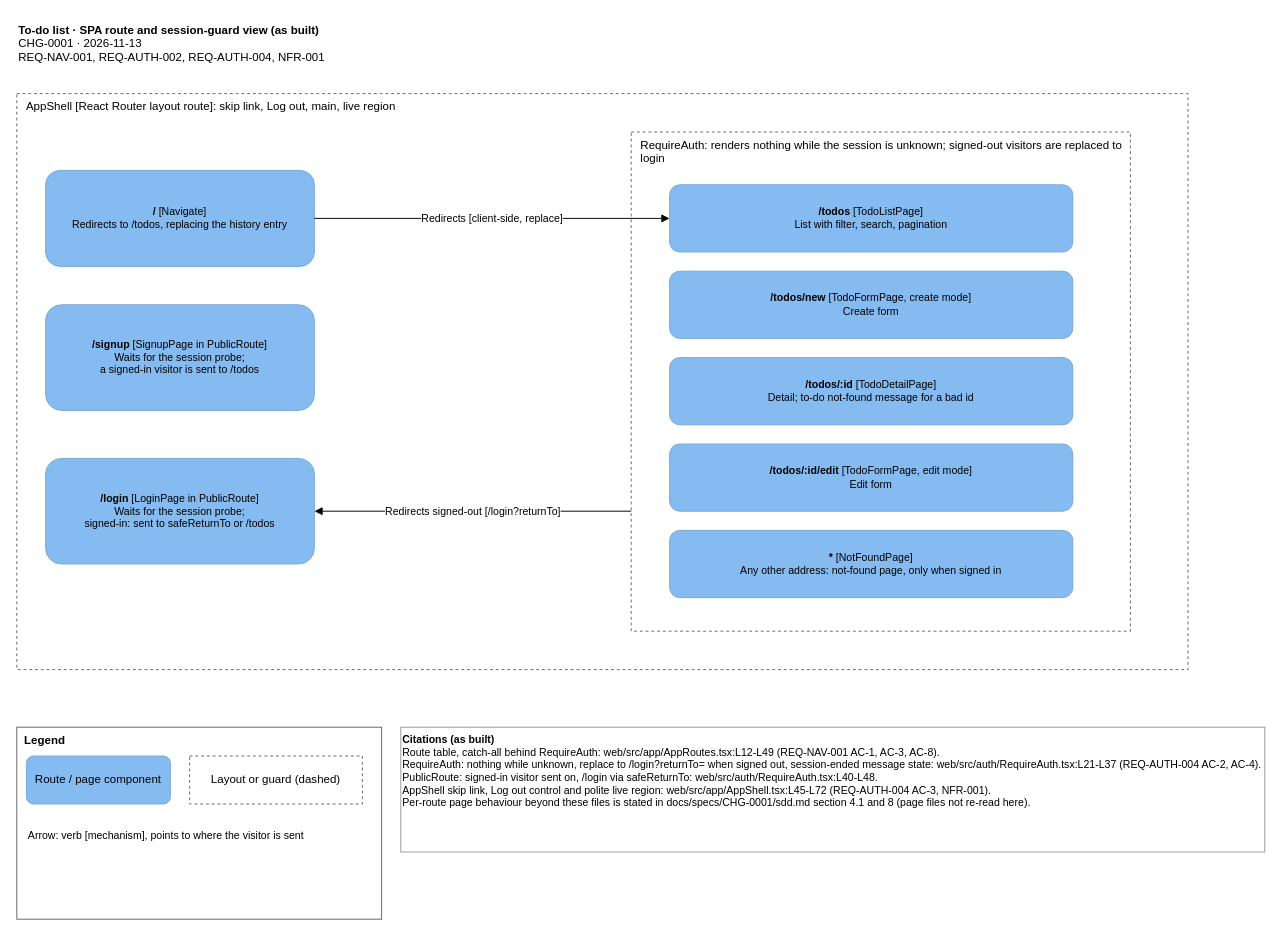
This is docs/knowledge/diagrams/todo-spa-routes.drawio from alokkulkarni/testharness2, a draw.io file, before an edit. Source tidied: cells renumbered, new cells numbered last; positions are measured from the earlier drawing's top-left corner, leaving out a move shared by most shapes. Both pictures are drawn from the tidied source at 96%, with x=0, y=0 at pixel (16, 16).
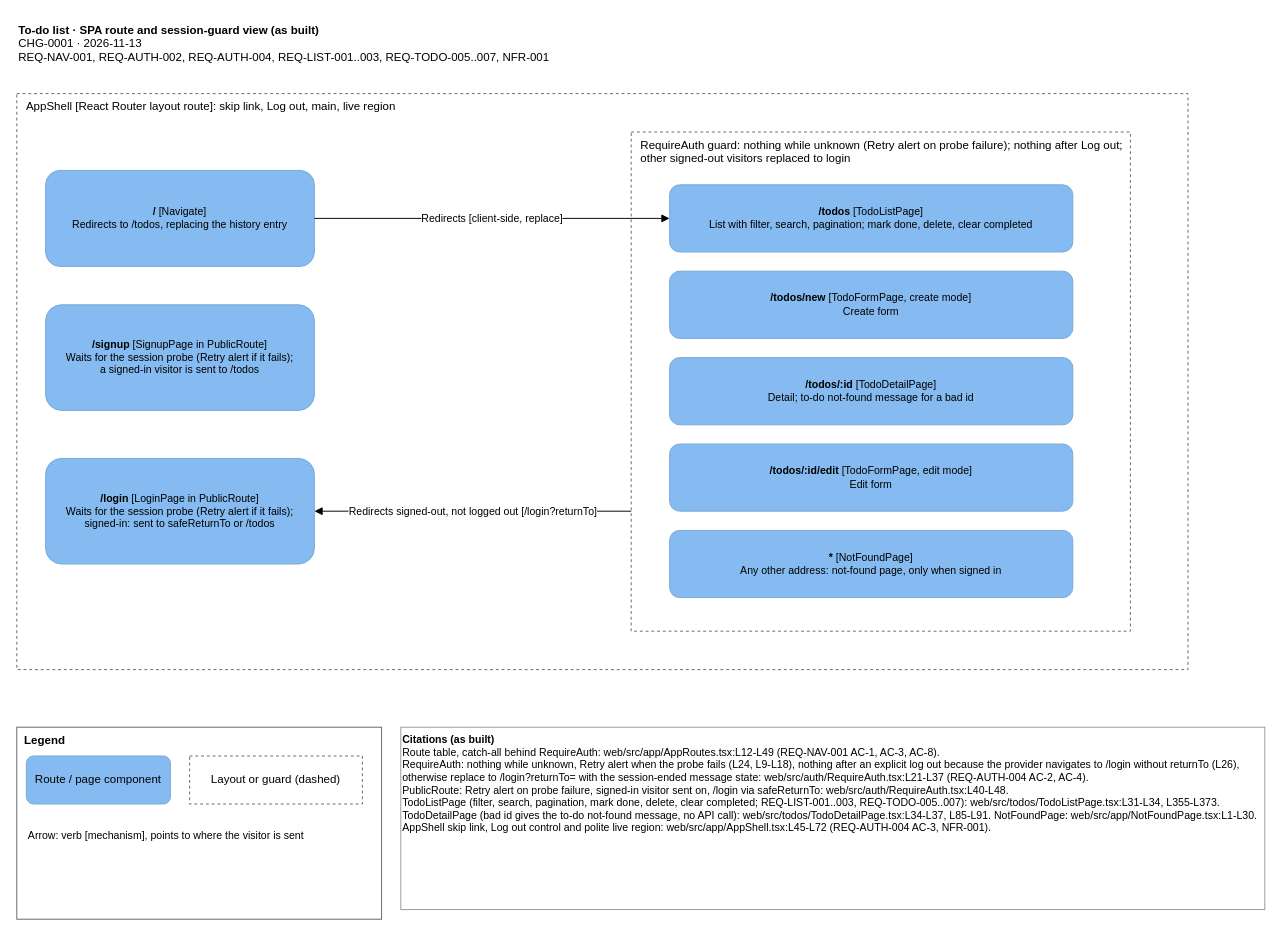
Above is the later version.

The edit, as a diff of the source:
```diff
@@
 <mxGraphModel>
   <root>
     <mxCell id="0" />
     <mxCell id="1" parent="0" />
-    <mxCell id="2" value="&lt;b&gt;To-do list · SPA route and session-guard view (as built)&lt;/b&gt;&lt;br&gt;CHG-0001 · 2026-11-13&lt;br&gt;REQ-NAV-001, REQ-AUTH-002, REQ-AUTH-004, NFR-001" style="text;harness=title;whiteSpace=wrap;html=1;align=left;" parent="1" vertex="1">
-      <mxGeometry width="560" height="60" as="geometry" />
+    <mxCell id="2" value="&lt;b&gt;To-do list · SPA route and session-guard view (as built)&lt;/b&gt;&lt;br&gt;CHG-0001 · 2026-11-13&lt;br&gt;REQ-NAV-001, REQ-AUTH-002, REQ-AUTH-004, REQ-LIST-001..003, REQ-TODO-005..007, NFR-001" style="text;harness=title;whiteSpace=wrap;html=1;align=left;" parent="1" vertex="1">
+      <mxGeometry width="760" height="60" as="geometry" />
     </mxCell>
     <mxCell id="3" value="AppShell [React Router layout route]: skip link, Log out, main, live region" style="rounded=0;whiteSpace=wrap;html=1;dashed=1;fillColor=none;strokeColor=#666666;verticalAlign=top;align=left;spacingLeft=8;" parent="1" vertex="1">
       <mxGeometry y="80" width="1220" height="600" as="geometry" />
     </mxCell>
     <mxCell id="4" value="&lt;b&gt;/&lt;/b&gt; [Navigate]&lt;br&gt;Redirects to /todos, replacing the history entry" style="rounded=1;whiteSpace=wrap;html=1;fillColor=#85BBF0;strokeColor=#78A8D8;fontSize=11;" parent="3" vertex="1">
       <mxGeometry x="30" y="80" width="280" height="100" as="geometry" />
     </mxCell>
-    <mxCell id="5" value="&lt;b&gt;/signup&lt;/b&gt; [SignupPage in PublicRoute]&lt;br&gt;Waits for the session probe;&lt;br&gt;a signed-in visitor is sent to /todos" style="rounded=1;whiteSpace=wrap;html=1;fillColor=#85BBF0;strokeColor=#78A8D8;fontSize=11;" parent="3" vertex="1">
+    <mxCell id="5" value="&lt;b&gt;/signup&lt;/b&gt; [SignupPage in PublicRoute]&lt;br&gt;Waits for the session probe (Retry alert if it fails);&lt;br&gt;a signed-in visitor is sent to /todos" style="rounded=1;whiteSpace=wrap;html=1;fillColor=#85BBF0;strokeColor=#78A8D8;fontSize=11;" parent="3" vertex="1">
       <mxGeometry x="30" y="220" width="280" height="110" as="geometry" />
     </mxCell>
-    <mxCell id="6" value="&lt;b&gt;/login&lt;/b&gt; [LoginPage in PublicRoute]&lt;br&gt;Waits for the session probe;&lt;br&gt;signed-in: sent to safeReturnTo or /todos" style="rounded=1;whiteSpace=wrap;html=1;fillColor=#85BBF0;strokeColor=#78A8D8;fontSize=11;" parent="3" vertex="1">
+    <mxCell id="6" value="&lt;b&gt;/login&lt;/b&gt; [LoginPage in PublicRoute]&lt;br&gt;Waits for the session probe (Retry alert if it fails);&lt;br&gt;signed-in: sent to safeReturnTo or /todos" style="rounded=1;whiteSpace=wrap;html=1;fillColor=#85BBF0;strokeColor=#78A8D8;fontSize=11;" parent="3" vertex="1">
       <mxGeometry x="30" y="380" width="280" height="110" as="geometry" />
     </mxCell>
-    <mxCell id="7" value="RequireAuth: renders nothing while the session is unknown; signed-out visitors are replaced to login" style="rounded=0;whiteSpace=wrap;html=1;dashed=1;fillColor=none;strokeColor=#666666;verticalAlign=top;align=left;spacingLeft=8;" parent="3" vertex="1">
+    <mxCell id="7" value="RequireAuth guard: nothing while unknown (Retry alert on probe failure); nothing after Log out; other signed-out visitors replaced to login" style="rounded=0;whiteSpace=wrap;html=1;dashed=1;fillColor=none;strokeColor=#666666;verticalAlign=top;align=left;spacingLeft=8;" parent="3" vertex="1">
       <mxGeometry x="640" y="40" width="520" height="520" as="geometry" />
     </mxCell>
-    <mxCell id="8" value="&lt;b&gt;/todos&lt;/b&gt; [TodoListPage]&lt;br&gt;List with filter, search, pagination" style="rounded=1;whiteSpace=wrap;html=1;fillColor=#85BBF0;strokeColor=#78A8D8;fontSize=11;" parent="7" vertex="1">
+    <mxCell id="8" value="&lt;b&gt;/todos&lt;/b&gt; [TodoListPage]&lt;br&gt;List with filter, search, pagination; mark done, delete, clear completed" style="rounded=1;whiteSpace=wrap;html=1;fillColor=#85BBF0;strokeColor=#78A8D8;fontSize=11;" parent="7" vertex="1">
       <mxGeometry x="40" y="55" width="420" height="70" as="geometry" />
     </mxCell>
     <mxCell id="9" value="&lt;b&gt;/todos/new&lt;/b&gt; [TodoFormPage, create mode]&lt;br&gt;Create form" style="rounded=1;whiteSpace=wrap;html=1;fillColor=#85BBF0;strokeColor=#78A8D8;fontSize=11;" parent="7" vertex="1">
       <mxGeometry x="40" y="145" width="420" height="70" as="geometry" />
     </mxCell>
     <mxCell id="10" value="&lt;b&gt;/todos/:id&lt;/b&gt; [TodoDetailPage]&lt;br&gt;Detail; to-do not-found message for a bad id" style="rounded=1;whiteSpace=wrap;html=1;fillColor=#85BBF0;strokeColor=#78A8D8;fontSize=11;" parent="7" vertex="1">
       <mxGeometry x="40" y="235" width="420" height="70" as="geometry" />
     </mxCell>
     <mxCell id="11" value="&lt;b&gt;/todos/:id/edit&lt;/b&gt; [TodoFormPage, edit mode]&lt;br&gt;Edit form" style="rounded=1;whiteSpace=wrap;html=1;fillColor=#85BBF0;strokeColor=#78A8D8;fontSize=11;" parent="7" vertex="1">
       <mxGeometry x="40" y="325" width="420" height="70" as="geometry" />
     </mxCell>
     <mxCell id="12" value="&lt;b&gt;*&lt;/b&gt; [NotFoundPage]&lt;br&gt;Any other address: not-found page, only when signed in" style="rounded=1;whiteSpace=wrap;html=1;fillColor=#85BBF0;strokeColor=#78A8D8;fontSize=11;" parent="7" vertex="1">
       <mxGeometry x="40" y="415" width="420" height="70" as="geometry" />
     </mxCell>
     <mxCell id="13" value="Redirects [client-side, replace]" style="edgeStyle=orthogonalEdgeStyle;rounded=1;html=1;endArrow=block;" parent="1" edge="1" source="4" target="8">
       <mxGeometry relative="1" as="geometry" />
     </mxCell>
-    <mxCell id="14" value="Redirects signed-out [/login?returnTo]" style="edgeStyle=orthogonalEdgeStyle;rounded=1;html=1;endArrow=block;exitX=0;exitY=0.7596;entryX=1;entryY=0.5;" parent="1" edge="1" source="7" target="6">
+    <mxCell id="14" value="Redirects signed-out, not logged out [/login?returnTo]" style="edgeStyle=orthogonalEdgeStyle;rounded=1;html=1;endArrow=block;exitX=0;exitY=0.7596;entryX=1;entryY=0.5;" parent="1" edge="1" source="7" target="6">
       <mxGeometry relative="1" as="geometry" />
     </mxCell>
-    <mxCell id="15" value="&lt;b&gt;Citations (as built)&lt;/b&gt;&lt;br&gt;Route table, catch-all behind RequireAuth: web/src/app/AppRoutes.tsx:L12-L49 (REQ-NAV-001 AC-1, AC-3, AC-8).&lt;br&gt;RequireAuth: nothing while unknown, replace to /login?returnTo= when signed out, session-ended message state: web/src/auth/RequireAuth.tsx:L21-L37 (REQ-AUTH-004 AC-2, AC-4).&lt;br&gt;PublicRoute: signed-in visitor sent on, /login via safeReturnTo: web/src/auth/RequireAuth.tsx:L40-L48.&lt;br&gt;AppShell skip link, Log out control and polite live region: web/src/app/AppShell.tsx:L45-L72 (REQ-AUTH-004 AC-3, NFR-001).&lt;br&gt;Per-route page behaviour beyond these files is stated in docs/specs/CHG-0001/sdd.md section 4.1 and 8 (page files not re-read here)." style="text;whiteSpace=wrap;html=1;align=left;fontSize=11;strokeColor=#999999;" parent="1" vertex="1">
-      <mxGeometry x="400" y="740" width="900" height="130" as="geometry" />
+    <mxCell id="15" value="&lt;b&gt;Citations (as built)&lt;/b&gt;&lt;br&gt;Route table, catch-all behind RequireAuth: web/src/app/AppRoutes.tsx:L12-L49 (REQ-NAV-001 AC-1, AC-3, AC-8).&lt;br&gt;RequireAuth: nothing while unknown, Retry alert when the probe fails (L24, L9-L18), nothing after an explicit log out because the provider navigates to /login without returnTo (L26), otherwise replace to /login?returnTo= with the session-ended message state: web/src/auth/RequireAuth.tsx:L21-L37 (REQ-AUTH-004 AC-2, AC-4).&lt;br&gt;PublicRoute: Retry alert on probe failure, signed-in visitor sent on, /login via safeReturnTo: web/src/auth/RequireAuth.tsx:L40-L48.&lt;br&gt;TodoListPage (filter, search, pagination, mark done, delete, clear completed; REQ-LIST-001..003, REQ-TODO-005..007): web/src/todos/TodoListPage.tsx:L31-L34, L355-L373.&lt;br&gt;TodoDetailPage (bad id gives the to-do not-found message, no API call): web/src/todos/TodoDetailPage.tsx:L34-L37, L85-L91. NotFoundPage: web/src/app/NotFoundPage.tsx:L1-L30.&lt;br&gt;AppShell skip link, Log out control and polite live region: web/src/app/AppShell.tsx:L45-L72 (REQ-AUTH-004 AC-3, NFR-001)." style="text;whiteSpace=wrap;html=1;align=left;fontSize=11;strokeColor=#999999;" parent="1" vertex="1">
+      <mxGeometry x="400" y="740" width="900" height="190" as="geometry" />
     </mxCell>
     <mxCell id="16" value="&lt;b&gt;Legend&lt;/b&gt;" style="rounded=0;whiteSpace=wrap;html=1;harness=legend;fillColor=none;strokeColor=#666666;verticalAlign=top;align=left;spacingLeft=6;" parent="1" vertex="1">
       <mxGeometry y="740" width="380" height="200" as="geometry" />
     </mxCell>
     <mxCell id="17" value="Route / page component" style="rounded=1;whiteSpace=wrap;html=1;fillColor=#85BBF0;strokeColor=#78A8D8;" parent="16" vertex="1">
       <mxGeometry x="10" y="30" width="150" height="50" as="geometry" />
     </mxCell>
     <mxCell id="18" value="Layout or guard (dashed)" style="rounded=0;whiteSpace=wrap;html=1;dashed=1;fillColor=none;strokeColor=#666666;" parent="16" vertex="1">
       <mxGeometry x="180" y="30" width="180" height="50" as="geometry" />
     </mxCell>
     <mxCell id="19" value="Arrow: verb [mechanism], points to where the visitor is sent" style="text;whiteSpace=wrap;html=1;align=left;fontSize=11;" parent="16" vertex="1">
       <mxGeometry x="10" y="100" width="350" height="50" as="geometry" />
     </mxCell>
   </root>
 </mxGraphModel>
```
